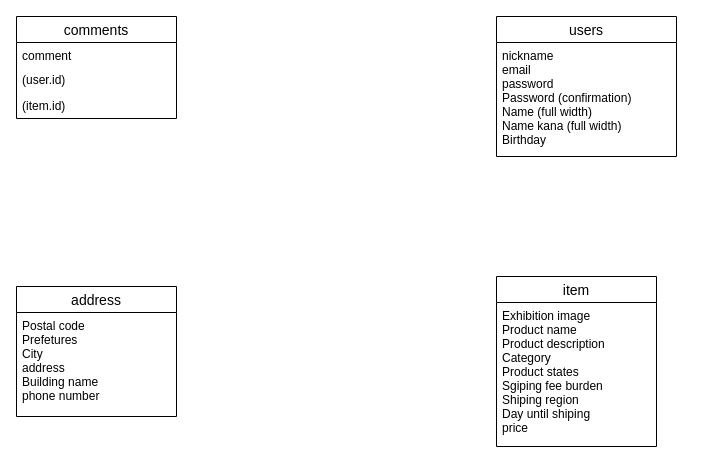
yugo-cloud/furima-29299 keeps this draw.io diagram as er.drawio. Above is the earlier version. Source tidied: cells renumbered, new cells numbered last; positions are measured from the earlier drawing's top-left corner, leaving out a move shared by most shapes. Both pictures are drawn from the tidied source at 100%, with x=0, y=0 at pixel (16, 16).
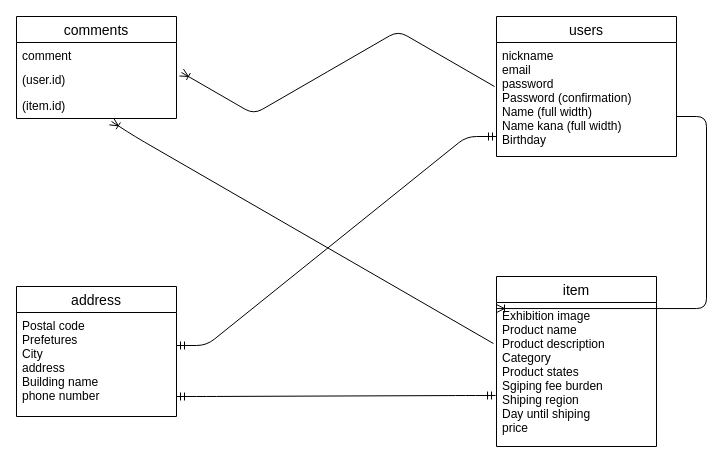
After the change.

Commit message (it also covers changes not shown here):
read me修正

The change refers to these unchanged cells:
```xml
<mxCell id="4" value="(user.id)" style="text;strokeColor=none;fillColor=none;spacingLeft=4;spacingRight=4;overflow=hidden;points=[[0,0.5],[1,0.5]];portConstraint=eastwest;fontSize=12;" parent="2" vertex="1">
  <mxGeometry y="50" width="160" height="26" as="geometry" />
</mxCell>
<mxCell id="5" value="(item.id)" style="text;strokeColor=none;fillColor=none;spacingLeft=4;spacingRight=4;overflow=hidden;points=[[0,0.5],[1,0.5]];portConstraint=eastwest;fontSize=12;" parent="2" vertex="1">
  <mxGeometry y="76" width="160" height="26" as="geometry" />
</mxCell>
<mxCell id="8" value="nickname&#10;email&#10;password&#10;Password (confirmation)&#10;Name (full width)&#10;Name kana (full width)&#10;Birthday" style="text;strokeColor=none;fillColor=none;spacingLeft=4;spacingRight=4;overflow=hidden;points=[[0,0.5],[1,0.5]];portConstraint=eastwest;fontSize=12;" parent="7" vertex="1">
  <mxGeometry y="26" width="180" height="114" as="geometry" />
</mxCell>
<mxCell id="10" value="Exhibition image&#10;Product name&#10;Product description&#10;Category&#10;Product states&#10;Sgiping fee burden&#10;Shiping region&#10;Day until shiping&#10;price" style="text;strokeColor=none;fillColor=none;spacingLeft=4;spacingRight=4;overflow=hidden;points=[[0,0.5],[1,0.5]];portConstraint=eastwest;fontSize=12;" parent="9" vertex="1">
  <mxGeometry y="26" width="160" height="144" as="geometry" />
</mxCell>
```

Diff of the diagram source:
```diff
@@
+    <mxCell id="13" style="edgeStyle=entityRelationEdgeStyle;fontSize=12;html=1;endArrow=ERmandOne;startArrow=ERmandOne;entryX=-0.006;entryY=0.646;entryDx=0;entryDy=0;entryPerimeter=0;" parent="1" edge="1" target="10">
+      <mxGeometry relative="1" as="geometry">
+        <mxPoint x="160" y="380" as="sourcePoint" />
+      </mxGeometry>
+    </mxCell>
+    <mxCell id="14" style="edgeStyle=entityRelationEdgeStyle;fontSize=12;html=1;endArrow=ERmandOne;startArrow=ERmandOne;" parent="1" edge="1">
+      <mxGeometry relative="1" as="geometry">
+        <mxPoint x="160" y="329" as="sourcePoint" />
+        <mxPoint x="480" y="120" as="targetPoint" />
+      </mxGeometry>
+    </mxCell>
+    <mxCell id="15" style="edgeStyle=entityRelationEdgeStyle;fontSize=12;html=1;endArrow=ERoneToMany;entryX=0;entryY=0.042;entryDx=0;entryDy=0;entryPerimeter=0;" parent="1" edge="1" target="10">
+      <mxGeometry relative="1" as="geometry">
+        <mxPoint x="660" y="100" as="sourcePoint" />
+      </mxGeometry>
+    </mxCell>
+    <mxCell id="16" style="edgeStyle=isometricEdgeStyle;fontSize=12;html=1;endArrow=ERoneToMany;elbow=vertical;entryX=1.031;entryY=0.231;entryDx=0;entryDy=0;entryPerimeter=0;exitX=-0.011;exitY=0.386;exitDx=0;exitDy=0;exitPerimeter=0;" parent="1" edge="1" source="8" target="4">
+      <mxGeometry relative="1" as="geometry">
+        <Array as="points">
+          <mxPoint x="320" y="50" />
+        </Array>
+      </mxGeometry>
+    </mxCell>
+    <mxCell id="17" style="edgeStyle=isometricEdgeStyle;fontSize=12;html=1;endArrow=ERoneToMany;elbow=vertical;exitX=-0.019;exitY=0.285;exitDx=0;exitDy=0;exitPerimeter=0;entryX=0.594;entryY=1.115;entryDx=0;entryDy=0;entryPerimeter=0;" parent="1" edge="1" source="10" target="5">
+      <mxGeometry relative="1" as="geometry">
+        <Array as="points">
+          <mxPoint x="120" y="120" />
+        </Array>
+      </mxGeometry>
+    </mxCell>
```
